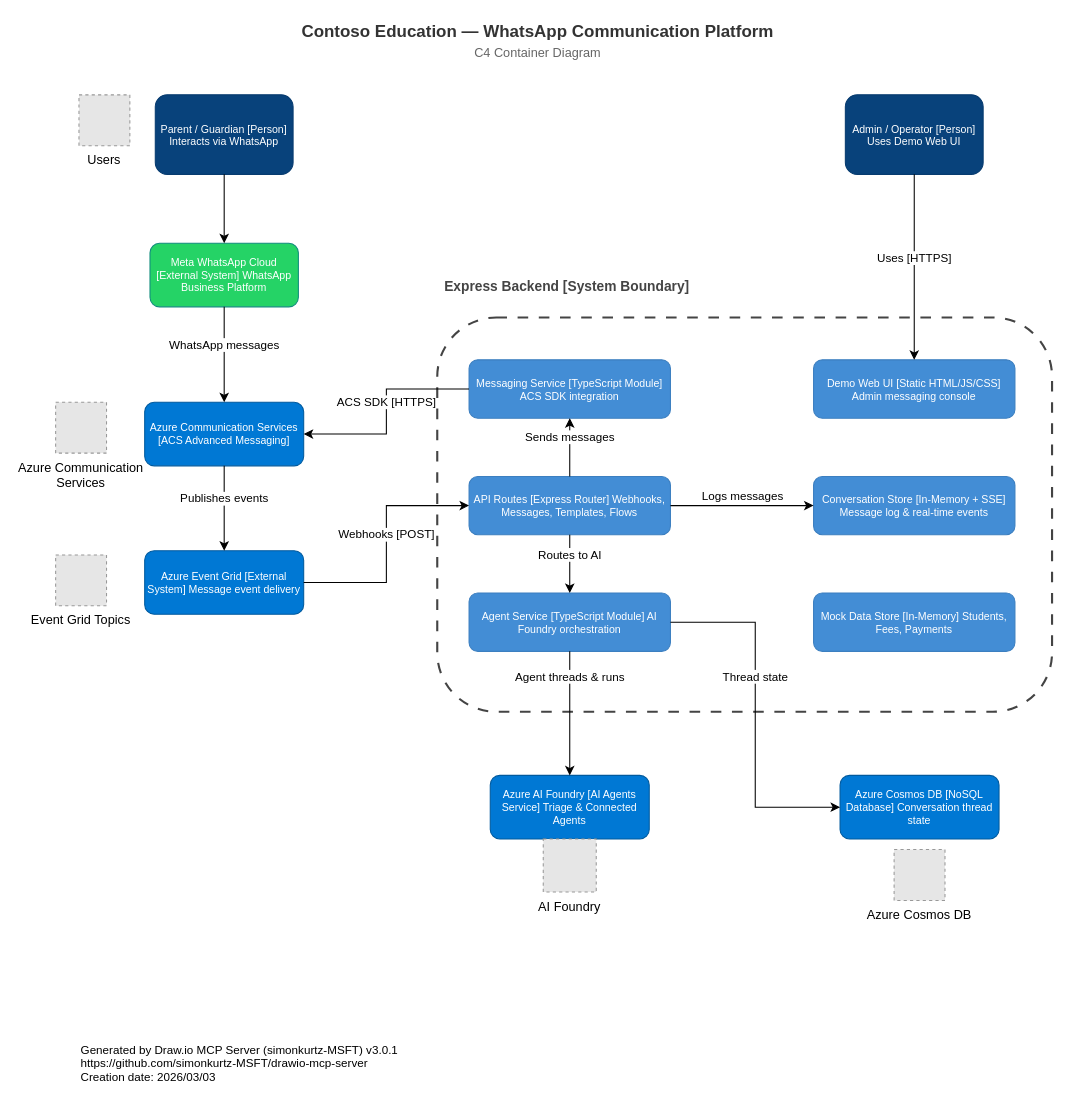
Before: architecture-c4.drawio in deividfoggi/acs-whatsapp-demos, a draw.io diagram. Source tidied: cells renumbered, new cells numbered last; positions are measured from the earlier drawing's top-left corner, leaving out a move shared by most shapes. Both pictures are drawn from the tidied source at 106%, with x=0, y=0 at pixel (55, 18). Pictures stored in the file or linked from it are replaced by grey dashed boxes.
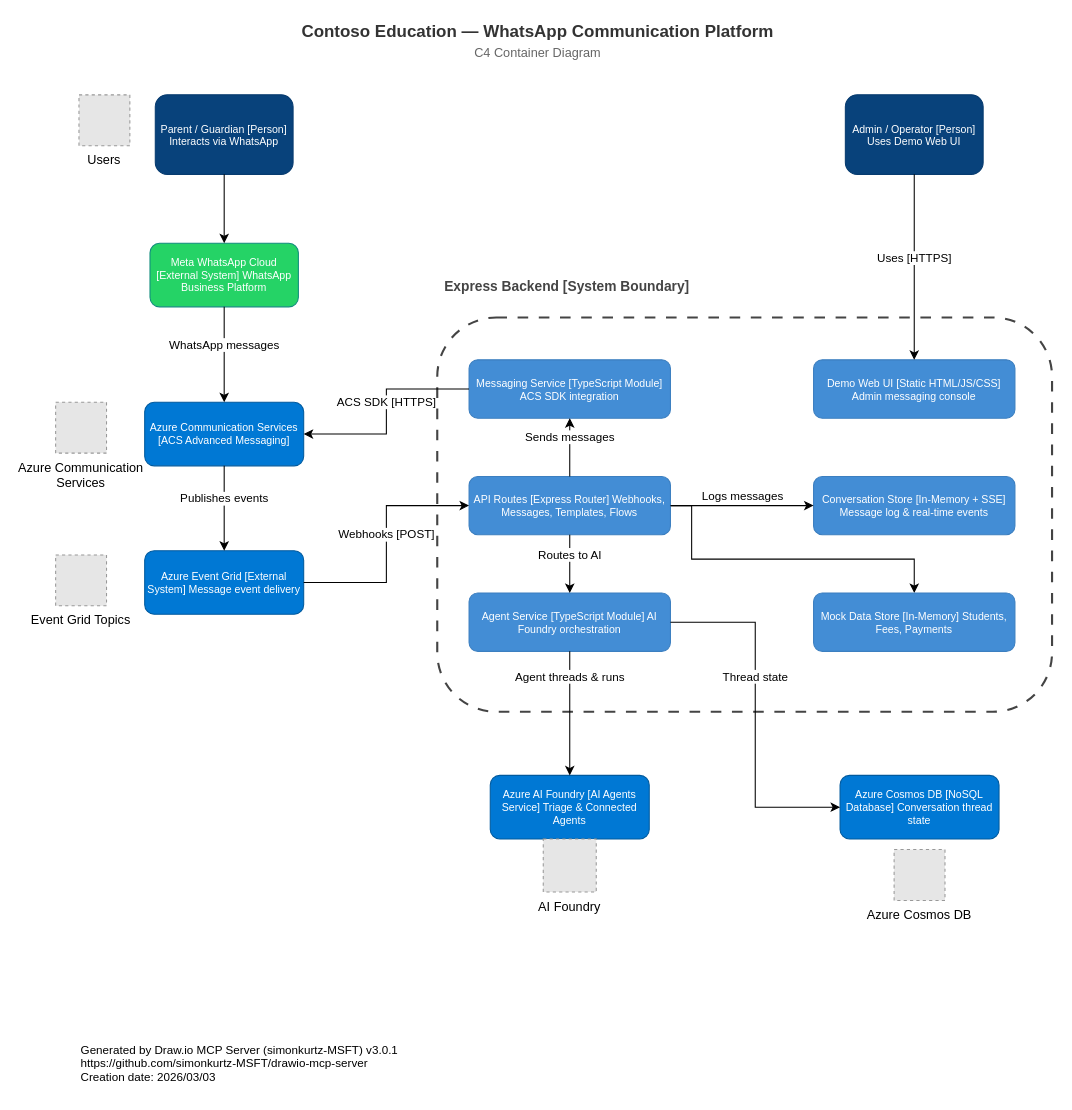
After the change.

The change refers to these unchanged cells:
```xml
<mxCell id="14" value="API Routes [Express Router] Webhooks, Messages, Templates, Flows" style="rounded=1;whiteSpace=wrap;fillColor=#438DD5;fontColor=#ffffff;strokeColor=#3C7FC0;fontSize=10;align=center;" parent="1" vertex="1">
  <mxGeometry x="390" y="432" width="190" height="55" as="geometry" />
</mxCell>
<mxCell id="19" value="Mock Data Store [In-Memory] Students, Fees, Payments" style="rounded=1;whiteSpace=wrap;fillColor=#438DD5;fontColor=#ffffff;strokeColor=#3C7FC0;fontSize=10;align=center;" parent="1" vertex="1">
  <mxGeometry x="715" y="542" width="190" height="55" as="geometry" />
</mxCell>
```

Change to the diagram source:
```diff
@@
+    <mxCell id="36" style="edgeStyle=orthogonalEdgeStyle;rounded=0;jettySize=auto;html=1;entryX=0.5;entryY=0;entryDx=0;entryDy=0;" parent="1" edge="1" source="14" target="19">
+      <mxGeometry relative="1" as="geometry">
+        <Array as="points">
+          <mxPoint x="600" y="460" />
+          <mxPoint x="600" y="510" />
+          <mxPoint x="810" y="510" />
+        </Array>
+      </mxGeometry>
+    </mxCell>
```
